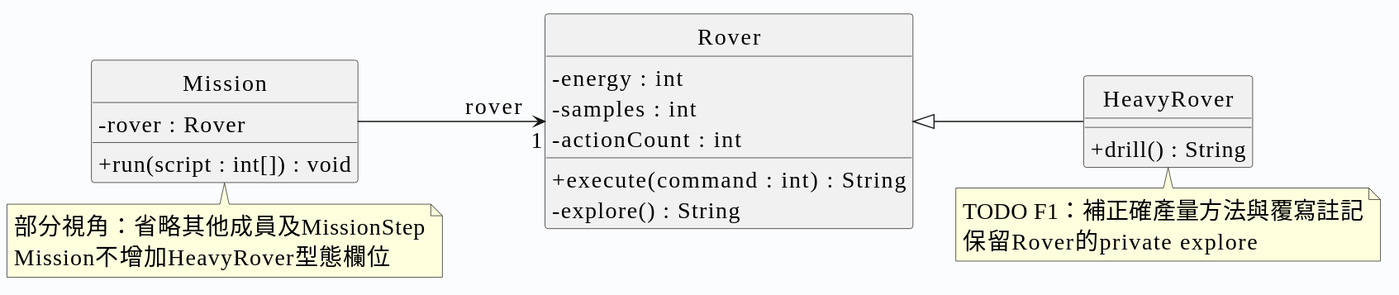
Before: week08/codex版本/diagrams/dispatch_practice.svg, a diagram exported from PlantUML (shuochenghu/115_1_Java_Tutorial). Source of this version:
```plantuml
@startuml
!pragma layout smetana
skinparam classAttributeIconSize 0
skinparam defaultFontName Microsoft JhengHei
skinparam defaultFontSize 20
skinparam backgroundColor #FBFCFE
hide circle
left to right direction

class Rover {
  - energy : int
  - samples : int
  - actionCount : int
  + execute(command : int) : String
  - explore() : String
}
class HeavyRover {
  + drill() : String
}
class Mission {
  - rover : Rover
  + run(script : int[]) : void
}
Rover <|-- HeavyRover
Mission --> "1" Rover : rover
note bottom of HeavyRover
TODO F1：補正確產量方法與覆寫註記
保留Rover的private explore
end note
note bottom of Mission
部分視角：省略其他成員及MissionStep
Mission不增加HeavyRover型態欄位
end note
@enduml
```
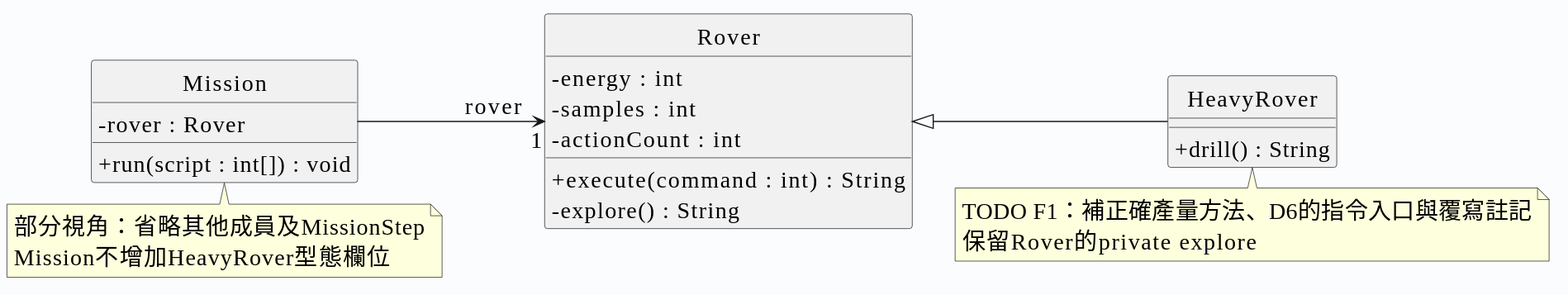
Later version of the same file.

The edit, as a diff of the source:
```diff
@@ -24,7 +24,7 @@
 Rover <|-- HeavyRover
 Mission --> "1" Rover : rover
 note bottom of HeavyRover
-TODO F1：補正確產量方法與覆寫註記
+TODO F1：補正確產量方法、D6的指令入口與覆寫註記
 保留Rover的private explore
 end note
 note bottom of Mission
```
